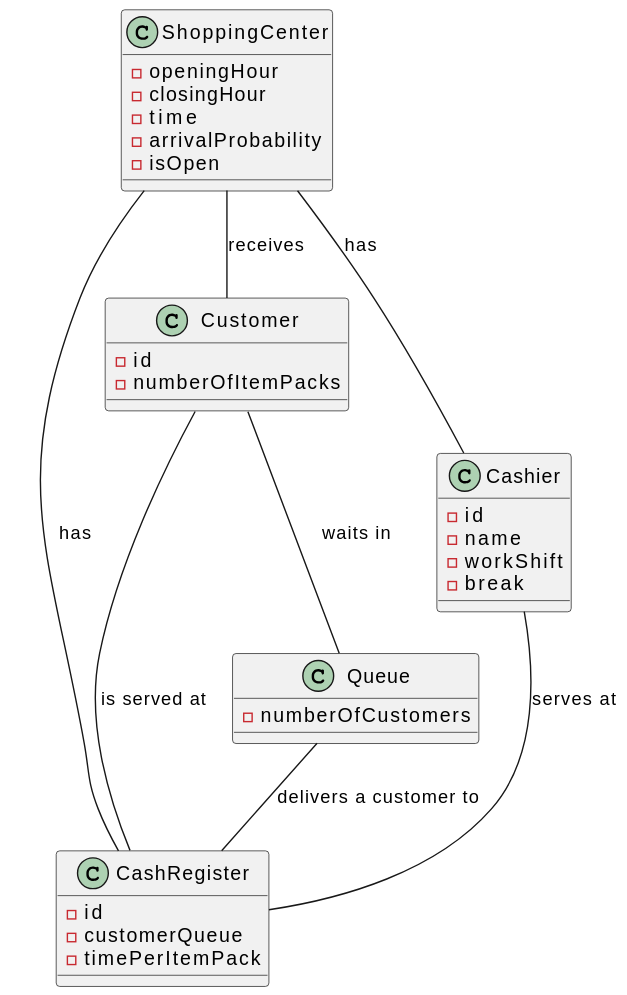
Before: images/modelosUML/diagramaCLases.svg, a diagram exported from PlantUML (mmasias/23-24-IdSw2-SDD).
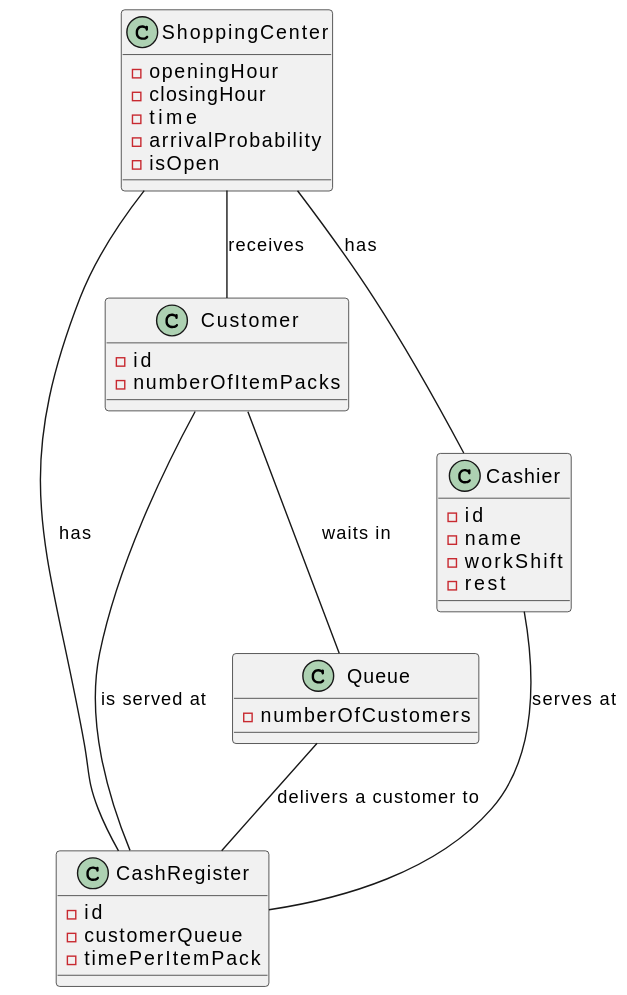
The same diagram one commit later.

Commit message:
diagrama objetos e implementacion md

Change to the diagram source:
```diff
@@ -26,7 +26,7 @@
     - id
     - name
     - workShift
-    - break
+    - rest
 }
 
 
```
